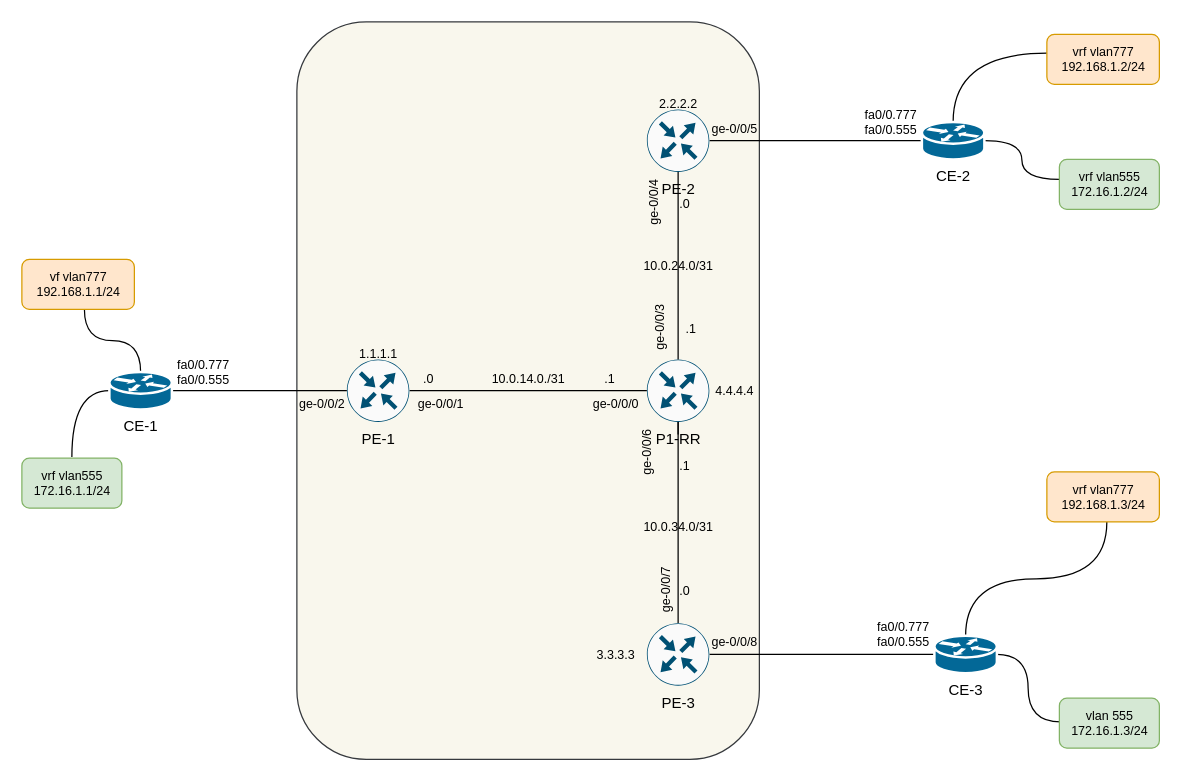
Before: SP/EVPN.drawio in amuzdakhanov/schemes_juniper, a draw.io diagram. Source tidied: cells renumbered, new cells numbered last; positions are measured from the earlier drawing's top-left corner, leaving out a move shared by most shapes. Both pictures are drawn from the tidied source at 125%, with x=0, y=0 at pixel (21, 21).
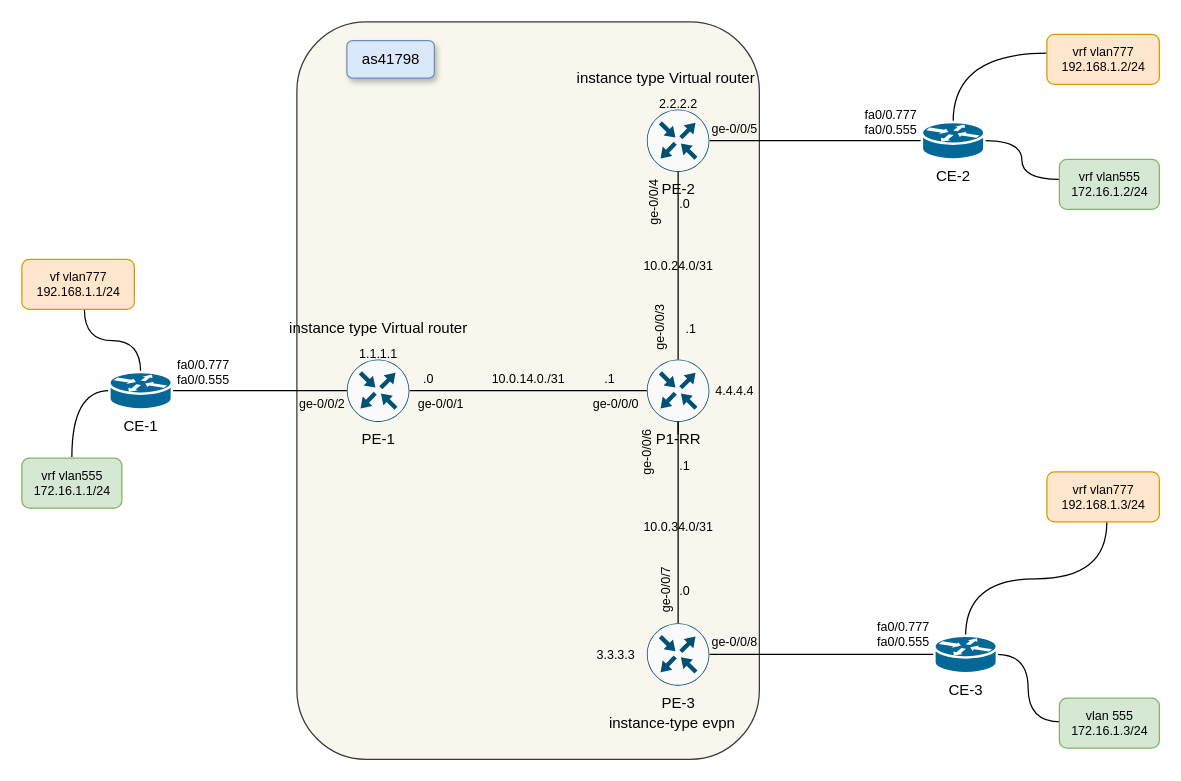
The same page after the edit.

The edit, as a diff of the source:
```diff
@@
+    <mxCell id="54" value="as41798" style="text;html=1;align=center;verticalAlign=middle;fillColor=#dae8fc;strokeColor=#6c8ebf;rounded=1;fillStyle=auto;shadow=1;glass=0;sketch=0;" parent="1" vertex="1">
+      <mxGeometry x="260" y="15" width="70" height="30" as="geometry" />
+    </mxCell>
+    <mxCell id="55" value="instance type Virtual router" style="text;html=1;align=center;verticalAlign=middle;fillColor=none;strokeColor=none;rounded=0;shadow=1;glass=0;sketch=0;fillStyle=auto;" parent="1" vertex="1">
+      <mxGeometry x="200" y="230" width="170" height="30" as="geometry" />
+    </mxCell>
+    <mxCell id="56" value="instance-type evpn" style="text;html=1;align=center;verticalAlign=middle;fillColor=none;strokeColor=none;rounded=0;shadow=1;glass=0;sketch=0;fillStyle=auto;" parent="1" vertex="1">
+      <mxGeometry x="460" y="546" width="120" height="30" as="geometry" />
+    </mxCell>
+    <mxCell id="57" value="instance type Virtual router" style="text;html=1;align=center;verticalAlign=middle;fillColor=none;strokeColor=none;rounded=0;shadow=1;glass=0;sketch=0;fillStyle=auto;" parent="1" vertex="1">
+      <mxGeometry x="430" y="30" width="170" height="30" as="geometry" />
+    </mxCell>
```
